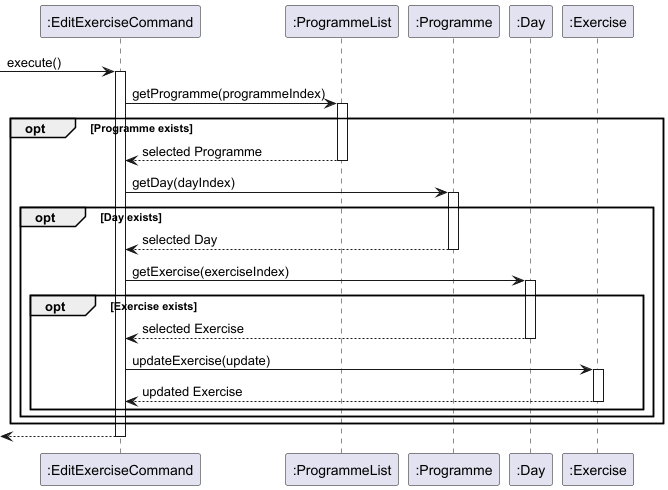
The PlantUML diagram docs/images/editExerciseCommand.png in nus-cs2113-AY2425S1/tp, before a commit.
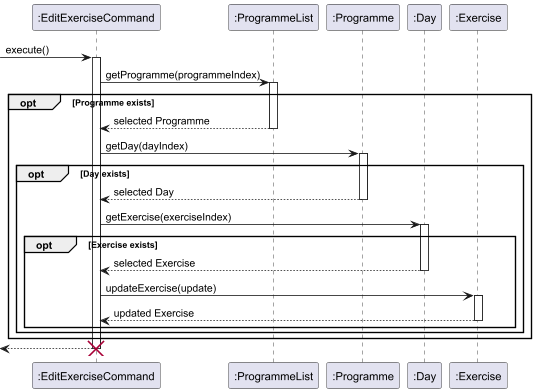
After the change.

Commit message:
Add Deletion for UML diagrams (my part + Edit Command)

The edit, as a diff of the source:
```diff
@@ -39,4 +39,5 @@
 
 <-- EditExerciseCommand
 deactivate EditExerciseCommand
+destroy EditExerciseCommand
 @enduml
```
